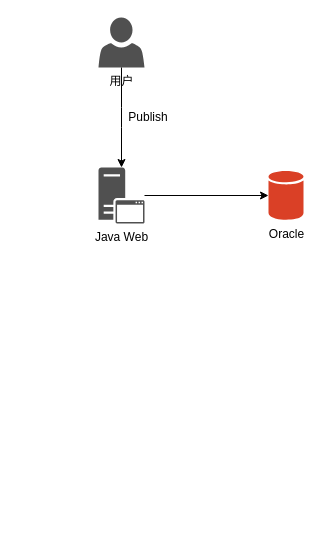
Above: cfe_std_pri.drawio in cBigglesworth/drawpicture (draw.io), before the change. Source tidied: cells renumbered, new cells numbered last; positions are measured from the earlier drawing's top-left corner, leaving out a move shared by most shapes. Both pictures are drawn from the tidied source at 100%, with x=0, y=0 at pixel (98, 17).
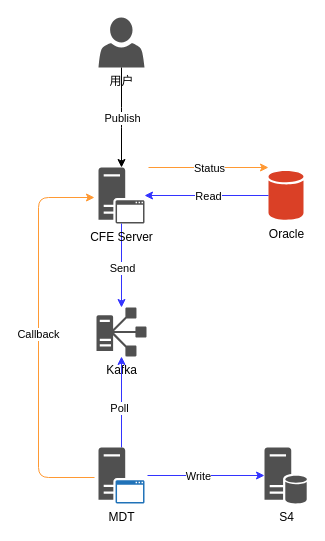
Above is the later version.

Unchanged cells that the change refers to:
```xml
<mxCell id="3" style="endArrow=classic;html=1;" parent="1" edge="1" source="2" target="5">
  <mxGeometry relative="1" as="geometry">
    <Array as="points">
      <mxPoint x="23" y="100" />
    </Array>
  </mxGeometry>
</mxCell>
<mxCell id="7" value="Oracle" style="shadow=0;dashed=0;html=1;strokeColor=none;labelPosition=center;verticalLabelPosition=bottom;verticalAlign=top;outlineConnect=0;align=center;shape=mxgraph.office.databases.database;fillColor=#DA4026;" parent="1" vertex="1">
  <mxGeometry x="170" y="153.5" width="35" height="49" as="geometry" />
</mxCell>
```

The edit, as a diff of the source:
```diff
@@
-    <mxCell id="4" style="edgeStyle=orthogonalEdgeStyle;rounded=0;jettySize=auto;html=1;" parent="1" edge="1" source="5" target="7">
-      <mxGeometry relative="1" as="geometry" />
-    </mxCell>
+    <mxCell id="6" value="Publish" style="edgeLabel;html=1;align=center;verticalAlign=middle;" parent="3" vertex="1">
+      <mxGeometry x="-0.24" relative="1" as="geometry">
+        <mxPoint y="12" as="offset" />
+      </mxGeometry>
+    </mxCell>
+    <mxCell id="8" style="edgeStyle=orthogonalEdgeStyle;rounded=0;jettySize=auto;html=1;strokeColor=#3333FF;" parent="1" edge="1" source="5" target="10">
+      <mxGeometry relative="1" as="geometry" />
+    </mxCell>
+    <mxCell id="9" value="Send" style="edgeLabel;html=1;align=center;verticalAlign=middle;" parent="8" vertex="1">
+      <mxGeometry x="0.26" y="-3" relative="1" as="geometry">
+        <mxPoint x="3" y="-9" as="offset" />
+      </mxGeometry>
+    </mxCell>
-    <mxCell id="5" value="Java Web" style="shadow=0;dashed=0;html=1;strokeColor=none;fillColor=#505050;labelPosition=center;verticalLabelPosition=bottom;verticalAlign=top;outlineConnect=0;align=center;shape=mxgraph.office.servers.application_server;" parent="1" vertex="1">
+    <mxCell id="5" value="CFE Server" style="shadow=0;dashed=0;html=1;strokeColor=none;fillColor=#505050;labelPosition=center;verticalLabelPosition=bottom;verticalAlign=top;outlineConnect=0;align=center;shape=mxgraph.office.servers.application_server;" parent="1" vertex="1">
       <mxGeometry y="150" width="46" height="56" as="geometry" />
     </mxCell>
-    <mxCell id="6" value="Publish" style="text;html=1;strokeColor=none;fillColor=none;align=center;verticalAlign=middle;whiteSpace=wrap;rounded=0;" parent="1" vertex="1">
-      <mxGeometry x="30" y="90" width="40" height="20" as="geometry" />
-    </mxCell>
@@
+    <mxCell id="10" value="Kafka" style="shadow=0;dashed=0;html=1;strokeColor=none;labelPosition=center;verticalLabelPosition=bottom;verticalAlign=top;align=center;fillColor=#505050;shape=mxgraph.mscae.oms.dependency_monitor;" parent="1" vertex="1">
+      <mxGeometry x="-2" y="290" width="50" height="49" as="geometry" />
+    </mxCell>
+    <mxCell id="11" style="endArrow=classic;html=1;strokeColor=#3333FF;" parent="1" edge="1" source="7" target="5">
+      <mxGeometry relative="1" as="geometry" />
+    </mxCell>
+    <mxCell id="12" value="Read" style="edgeLabel;html=1;align=center;verticalAlign=middle;" parent="11" vertex="1">
+      <mxGeometry x="-0.37" y="-3" relative="1" as="geometry">
+        <mxPoint x="-22" y="3" as="offset" />
+      </mxGeometry>
+    </mxCell>
+    <mxCell id="13" style="edgeStyle=orthogonalEdgeStyle;rounded=0;jettySize=auto;html=1;strokeColor=#3333FF;" parent="1" edge="1" source="15" target="10">
+      <mxGeometry relative="1" as="geometry" />
+    </mxCell>
+    <mxCell id="14" value="Poll" style="edgeLabel;html=1;align=center;verticalAlign=middle;" parent="13" vertex="1">
+      <mxGeometry x="-0.25" y="-2" relative="1" as="geometry">
+        <mxPoint x="-5" y="-6" as="offset" />
+      </mxGeometry>
+    </mxCell>
+    <mxCell id="15" value="MDT" style="shadow=0;dashed=0;html=1;strokeColor=none;fillColor=#505050;labelPosition=center;verticalLabelPosition=bottom;verticalAlign=top;outlineConnect=0;align=center;shape=mxgraph.office.servers.application_server_blue;" parent="1" vertex="1">
+      <mxGeometry y="430" width="46" height="56" as="geometry" />
+    </mxCell>
+    <mxCell id="16" style="edgeStyle=segmentEdgeStyle;endArrow=classic;html=1;strokeColor=#FF9933;" parent="1" edge="1">
+      <mxGeometry relative="1" as="geometry">
+        <mxPoint x="-4" y="460" as="sourcePoint" />
+        <mxPoint x="-4" y="180" as="targetPoint" />
+        <Array as="points">
+          <mxPoint x="-60" y="460" />
+          <mxPoint x="-60" y="180" />
+        </Array>
+      </mxGeometry>
+    </mxCell>
+    <mxCell id="17" value="Callback" style="edgeLabel;html=1;align=center;verticalAlign=middle;" parent="16" vertex="1">
+      <mxGeometry x="0.13" y="1" relative="1" as="geometry">
+        <mxPoint y="21" as="offset" />
+      </mxGeometry>
+    </mxCell>
+    <mxCell id="18" value="S4" style="shadow=0;dashed=0;html=1;strokeColor=none;fillColor=#505050;labelPosition=center;verticalLabelPosition=bottom;verticalAlign=top;outlineConnect=0;align=center;shape=mxgraph.office.servers.database_server;" parent="1" vertex="1">
+      <mxGeometry x="166" y="430" width="43" height="56" as="geometry" />
+    </mxCell>
+    <mxCell id="19" style="endArrow=classic;html=1;strokeColor=#3333FF;" parent="1" edge="1" target="18">
+      <mxGeometry relative="1" as="geometry">
+        <mxPoint x="49" y="458" as="sourcePoint" />
+      </mxGeometry>
+    </mxCell>
+    <mxCell id="20" value="Write" style="edgeLabel;html=1;align=center;verticalAlign=middle;" parent="19" vertex="1">
+      <mxGeometry x="0.27" y="-3" relative="1" as="geometry">
+        <mxPoint x="-24" y="-3" as="offset" />
+      </mxGeometry>
+    </mxCell>
+    <mxCell id="21" style="endArrow=classic;html=1;strokeColor=#FF9933;" parent="1" edge="1">
+      <mxGeometry relative="1" as="geometry">
+        <mxPoint x="50" y="150" as="sourcePoint" />
+        <mxPoint x="170" y="150" as="targetPoint" />
+      </mxGeometry>
+    </mxCell>
+    <mxCell id="22" value="Status" style="edgeLabel;html=1;align=center;verticalAlign=middle;" parent="21" vertex="1">
+      <mxGeometry x="-0.18" relative="1" as="geometry">
+        <mxPoint x="11" as="offset" />
+      </mxGeometry>
+    </mxCell>
```
